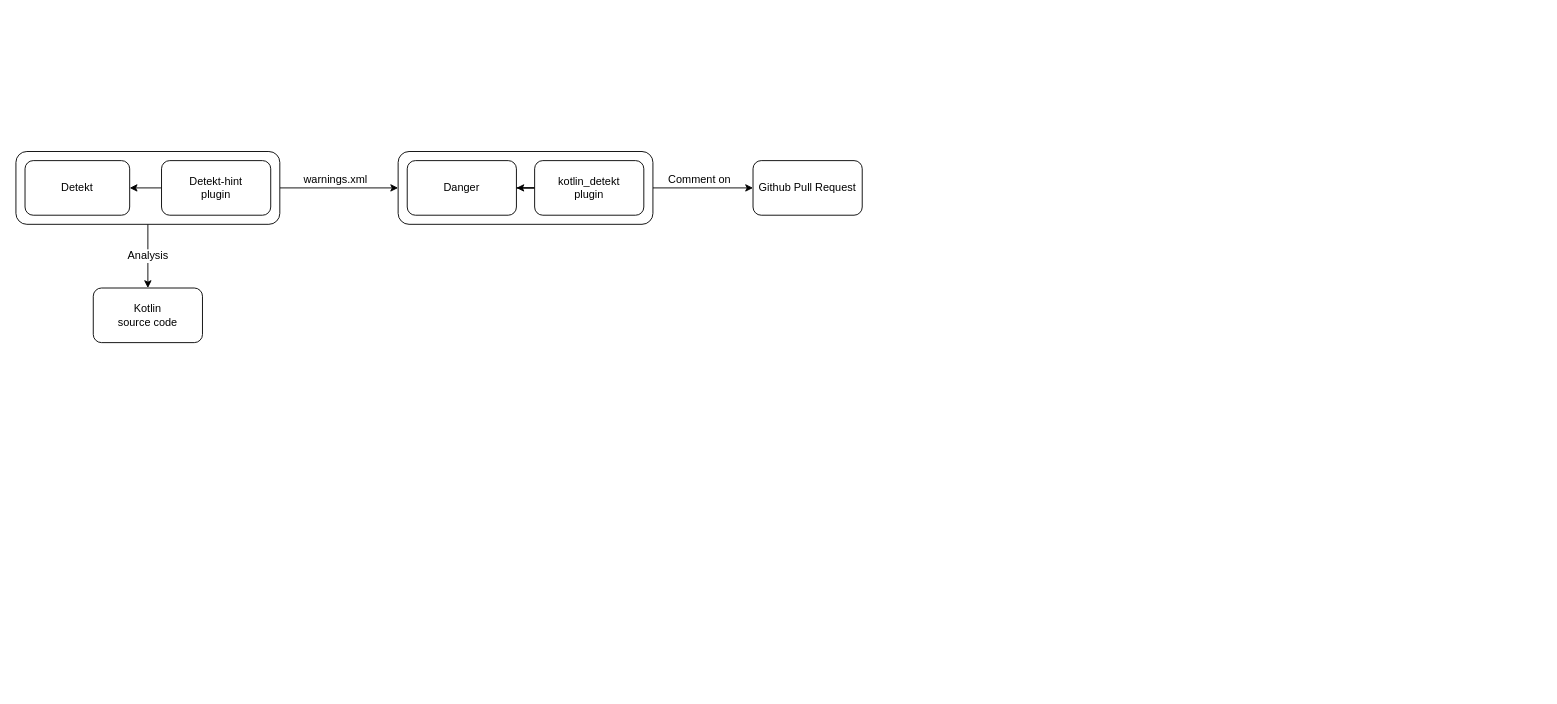
Above: report/drawio/detekt-hint.drawio in Mkohm/detekt-hint (draw.io), before the change. Source tidied: cells renumbered, new cells numbered last; positions are measured from the earlier drawing's top-left corner, leaving out a move shared by most shapes. Both pictures are drawn from the tidied source at 91%, with x=0, y=0 at pixel (15, 151).
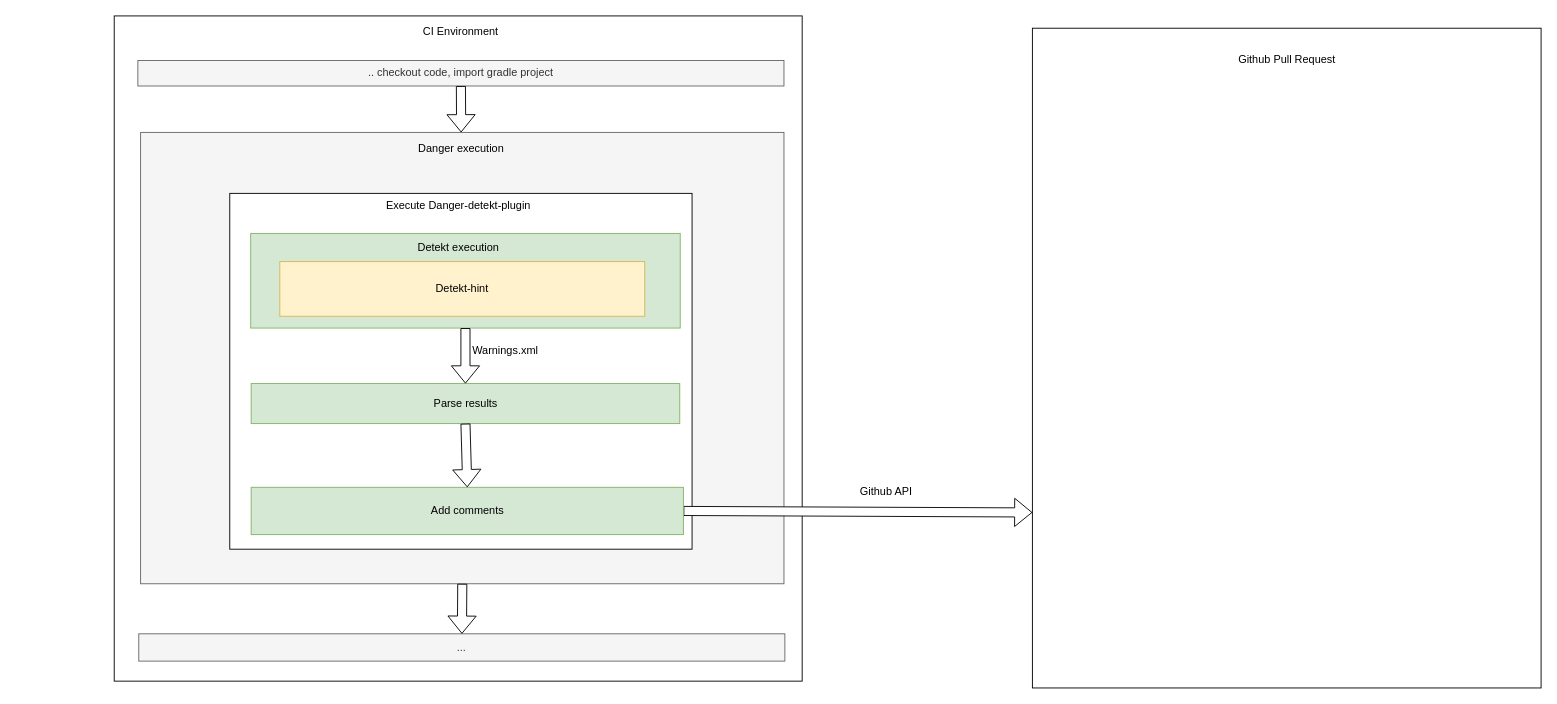
The same page after the edit.

What changed in the source:
```diff
@@
-    <mxCell id="2" style="edgeStyle=orthogonalEdgeStyle;rounded=0;jettySize=auto;html=1;exitX=1;exitY=0.5;exitDx=0;exitDy=0;entryX=0;entryY=0.5;entryDx=0;entryDy=0;" parent="1" edge="1" source="4" target="17">
-      <mxGeometry relative="1" as="geometry" />
-    </mxCell>
-    <mxCell id="3" value="Comment on" style="text;html=1;align=center;verticalAlign=middle;labelBackgroundColor=#ffffff;" parent="2" vertex="1">
-      <mxGeometry x="-0.18" y="1" relative="1" as="geometry">
-        <mxPoint x="5" y="-9" as="offset" />
-      </mxGeometry>
-    </mxCell>
-    <mxCell id="4" style="rounded=1;whiteSpace=wrap;html=1;" parent="1" vertex="1">
-      <mxGeometry x="420" width="280" height="80" as="geometry" />
-    </mxCell>
-    <mxCell id="5" style="edgeStyle=orthogonalEdgeStyle;rounded=0;jettySize=auto;html=1;exitX=0.5;exitY=1;exitDx=0;exitDy=0;entryX=0.5;entryY=0;entryDx=0;entryDy=0;" parent="1" edge="1" source="9" target="11">
-      <mxGeometry relative="1" as="geometry" />
-    </mxCell>
-    <mxCell id="6" value="Analysis" style="text;html=1;align=center;verticalAlign=middle;labelBackgroundColor=#ffffff;" parent="5" vertex="1">
-      <mxGeometry x="-0.03" y="-1" relative="1" as="geometry" />
-    </mxCell>
-    <mxCell id="7" style="edgeStyle=orthogonalEdgeStyle;rounded=0;jettySize=auto;html=1;exitX=1;exitY=0.5;exitDx=0;exitDy=0;entryX=0;entryY=0.5;entryDx=0;entryDy=0;" parent="1" edge="1" source="9" target="4">
-      <mxGeometry relative="1" as="geometry" />
-    </mxCell>
-    <mxCell id="8" value="warnings.xml" style="text;html=1;align=center;verticalAlign=middle;labelBackgroundColor=#ffffff;" parent="7" vertex="1">
-      <mxGeometry x="-0.15" y="2" relative="1" as="geometry">
-        <mxPoint x="5" y="-8" as="offset" />
-      </mxGeometry>
-    </mxCell>
-    <mxCell id="9" style="rounded=1;whiteSpace=wrap;html=1;" parent="1" vertex="1">
-      <mxGeometry width="290" height="80" as="geometry" />
-    </mxCell>
-    <mxCell id="10" value="Detekt" style="rounded=1;whiteSpace=wrap;html=1;align=center;labelPosition=center;verticalLabelPosition=middle;verticalAlign=middle;" parent="1" vertex="1">
-      <mxGeometry x="10" y="10" width="115" height="60" as="geometry" />
-    </mxCell>
-    <mxCell id="11" value="Kotlin &lt;br&gt;source code" style="rounded=1;whiteSpace=wrap;html=1;" parent="1" vertex="1">
-      <mxGeometry x="85" y="150" width="120" height="60" as="geometry" />
-    </mxCell>
-    <mxCell id="12" style="edgeStyle=orthogonalEdgeStyle;rounded=0;jettySize=auto;html=1;exitX=0;exitY=0.5;exitDx=0;exitDy=0;entryX=1;entryY=0.5;entryDx=0;entryDy=0;" parent="1" edge="1" source="13" target="10">
-      <mxGeometry relative="1" as="geometry" />
-    </mxCell>
-    <mxCell id="13" value="Detekt-hint&lt;br&gt;plugin" style="rounded=1;whiteSpace=wrap;html=1;" parent="1" vertex="1">
-      <mxGeometry x="160" y="10" width="120" height="60" as="geometry" />
-    </mxCell>
-    <mxCell id="14" style="edgeStyle=orthogonalEdgeStyle;rounded=0;jettySize=auto;html=1;exitX=0;exitY=0.5;exitDx=0;exitDy=0;" parent="1" edge="1" source="15" target="16">
-      <mxGeometry relative="1" as="geometry" />
-    </mxCell>
-    <mxCell id="15" value="kotlin_detekt &lt;br&gt;plugin" style="rounded=1;whiteSpace=wrap;html=1;" parent="1" vertex="1">
-      <mxGeometry x="570" y="10" width="120" height="60" as="geometry" />
-    </mxCell>
-    <mxCell id="16" value="Danger" style="rounded=1;whiteSpace=wrap;html=1;" parent="1" vertex="1">
-      <mxGeometry x="430" y="10" width="120" height="60" as="geometry" />
-    </mxCell>
+    <mxCell id="18" style="group;strokeWidth=3;" parent="1" vertex="1">
+      <mxGeometry x="1117" y="-135.5" width="559" height="725" as="geometry" />
+    </mxCell>
+    <mxCell id="19" style="group;" parent="18" vertex="1">
+      <mxGeometry width="559" height="725" as="geometry" />
+    </mxCell>
+    <mxCell id="20" style="rounded=0;whiteSpace=wrap;html=1;" parent="19" vertex="1">
+      <mxGeometry width="559" height="725" as="geometry" />
+    </mxCell>
-    <mxCell id="17" value="Github Pull Request" style="rounded=1;whiteSpace=wrap;html=1;" parent="1" vertex="1">
-      <mxGeometry x="810" y="10" width="120" height="60" as="geometry" />
+    <mxCell id="17" value="Github Pull Request" style="text;html=1;strokeColor=none;fillColor=none;align=center;verticalAlign=middle;whiteSpace=wrap;rounded=0;" parent="19" vertex="1">
+      <mxGeometry x="124.7" y="18.6" width="309.7" height="31" as="geometry" />
     </mxCell>
+    <mxCell id="21" style="rounded=0;whiteSpace=wrap;html=1;strokeWidth=1;" parent="1" vertex="1">
+      <mxGeometry x="108" y="-149" width="756" height="731" as="geometry" />
+    </mxCell>
+    <mxCell id="22" value="CI Environment" style="text;html=1;strokeColor=none;fillColor=none;align=center;verticalAlign=middle;whiteSpace=wrap;rounded=0;" parent="1" vertex="1">
+      <mxGeometry x="412" y="-141" width="154" height="20" as="geometry" />
+    </mxCell>
+    <mxCell id="23" style="rounded=0;whiteSpace=wrap;html=1;strokeWidth=1;fillColor=#f5f5f5;strokeColor=#666666;fontColor=#333333;" parent="1" vertex="1">
+      <mxGeometry x="137" y="-21" width="707" height="496" as="geometry" />
+    </mxCell>
+    <mxCell id="24" value="Danger execution" style="text;html=1;strokeColor=none;fillColor=none;align=center;verticalAlign=middle;whiteSpace=wrap;rounded=0;" parent="1" vertex="1">
+      <mxGeometry x="416.5" y="-13" width="145" height="20" as="geometry" />
+    </mxCell>
+    <mxCell id="25" value=".. checkout code, import gradle project" style="rounded=0;whiteSpace=wrap;html=1;strokeWidth=1;fillColor=#f5f5f5;strokeColor=#666666;fontColor=#333333;" parent="1" vertex="1">
+      <mxGeometry x="134" y="-100" width="710" height="28" as="geometry" />
+    </mxCell>
+    <mxCell id="26" style="rounded=0;whiteSpace=wrap;html=1;" parent="1" vertex="1">
+      <mxGeometry x="235" y="46" width="508" height="391" as="geometry" />
+    </mxCell>
+    <mxCell id="27" value="..." style="rounded=0;whiteSpace=wrap;html=1;strokeWidth=1;fillColor=#f5f5f5;strokeColor=#666666;fontColor=#333333;" parent="1" vertex="1">
+      <mxGeometry x="135" y="530" width="710" height="30" as="geometry" />
+    </mxCell>
+    <mxCell id="28" style="shape=flexArrow;endArrow=classic;html=1;exitX=0.5;exitY=1;exitDx=0;exitDy=0;strokeWidth=1;fillColor=#FFFFFF;" parent="1" edge="1" source="25" target="23">
+      <mxGeometry relative="1" as="geometry" />
+    </mxCell>
+    <mxCell id="29" style="shape=flexArrow;endArrow=classic;html=1;exitX=0.5;exitY=1;exitDx=0;exitDy=0;fillColor=#FFFFFF;" parent="1" edge="1" source="23" target="27">
+      <mxGeometry relative="1" as="geometry" />
+    </mxCell>
+    <mxCell id="30" style="shape=flexArrow;endArrow=classic;html=1;exitX=1;exitY=0.5;exitDx=0;exitDy=0;entryX=0;entryY=0.734;entryDx=0;entryDy=0;entryPerimeter=0;fillColor=#FFFFFF;" parent="1" edge="1" source="34" target="20">
+      <mxGeometry relative="1" as="geometry" />
+    </mxCell>
+    <mxCell id="31" value="Github API" style="text;html=1;align=center;verticalAlign=middle;labelBackgroundColor=#ffffff;" parent="30" vertex="1">
+      <mxGeometry x="0.12" y="1" relative="1" as="geometry">
+        <mxPoint x="6.6" y="-21.7" as="offset" />
+      </mxGeometry>
+    </mxCell>
+    <mxCell id="32" value="Parse results" style="rounded=0;whiteSpace=wrap;html=1;fillColor=#d5e8d4;strokeColor=#82b366;" parent="1" vertex="1">
+      <mxGeometry x="258.5" y="255" width="471" height="44" as="geometry" />
+    </mxCell>
+    <mxCell id="33" style="rounded=0;whiteSpace=wrap;html=1;fillColor=#d5e8d4;strokeColor=#82b366;" parent="1" vertex="1">
+      <mxGeometry x="258" y="90" width="472" height="104" as="geometry" />
+    </mxCell>
+    <mxCell id="34" value="Add comments" style="rounded=0;whiteSpace=wrap;html=1;fillColor=#d5e8d4;strokeColor=#82b366;" parent="1" vertex="1">
+      <mxGeometry x="258.5" y="369" width="475" height="52" as="geometry" />
+    </mxCell>
+    <mxCell id="35" style="shape=flexArrow;endArrow=classic;html=1;fillColor=#FFFFFF;exitX=0.5;exitY=1;exitDx=0;exitDy=0;gradientColor=none;" parent="1" edge="1" source="33" target="32">
+      <mxGeometry relative="1" as="geometry" />
+    </mxCell>
+    <mxCell id="36" value="Warnings.xml" style="text;html=1;strokeColor=none;fillColor=none;align=center;verticalAlign=middle;whiteSpace=wrap;rounded=0;" parent="1" vertex="1">
+      <mxGeometry x="518" y="209" width="40" height="20" as="geometry" />
+    </mxCell>
+    <mxCell id="37" value="Execute Danger-detekt-plugin" style="text;html=1;strokeColor=none;fillColor=none;align=center;verticalAlign=middle;whiteSpace=wrap;rounded=0;" parent="1" vertex="1">
+      <mxGeometry x="362.5" y="50" width="247" height="20" as="geometry" />
+    </mxCell>
+    <mxCell id="38" value="Detekt-hint" style="rounded=0;whiteSpace=wrap;html=1;fillColor=#fff2cc;strokeColor=#d6b656;" parent="1" vertex="1">
+      <mxGeometry x="290" y="121" width="401" height="60" as="geometry" />
+    </mxCell>
+    <mxCell id="39" value="Detekt execution" style="text;html=1;strokeColor=none;fillColor=none;align=center;verticalAlign=middle;whiteSpace=wrap;rounded=0;" parent="1" vertex="1">
+      <mxGeometry x="425.8" y="96" width="120.5" height="20" as="geometry" />
+    </mxCell>
+    <mxCell id="40" style="shape=flexArrow;endArrow=classic;html=1;strokeWidth=1;fillColor=#FFFFFF;gradientColor=none;exitX=0.5;exitY=1;exitDx=0;exitDy=0;entryX=0.5;entryY=0;entryDx=0;entryDy=0;" parent="1" edge="1" source="32" target="34">
+      <mxGeometry relative="1" as="geometry" />
+    </mxCell>
```
